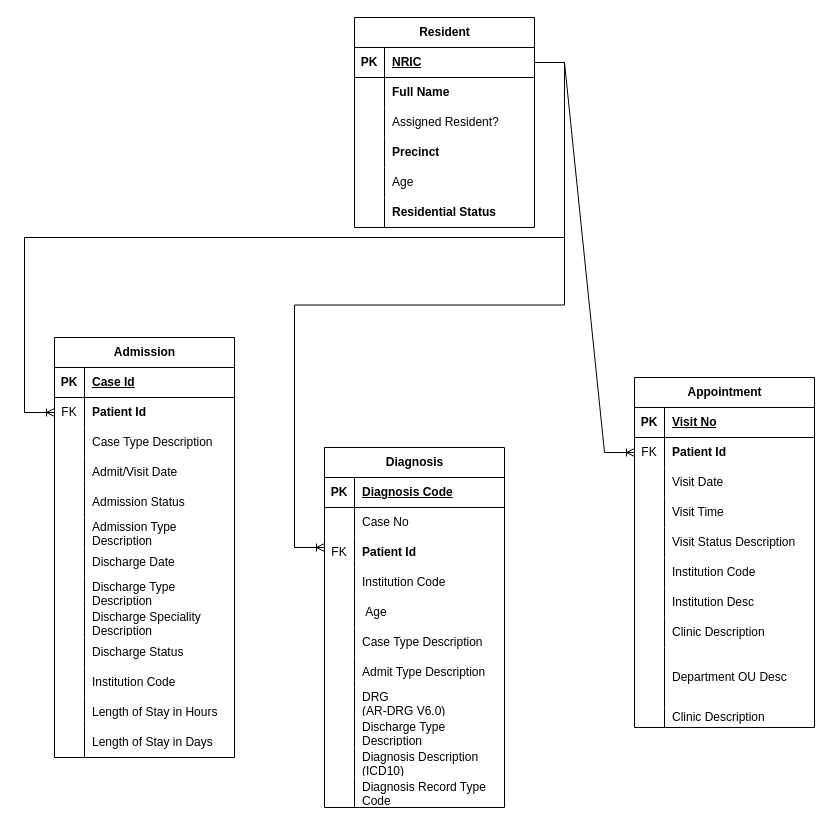
pavanmanideep/Tools keeps this draw.io diagram as Design/eHints Entity Diagram.drawio. Above is the earlier version. Source tidied: cells renumbered, new cells numbered last; positions are measured from the earlier drawing's top-left corner, leaving out a move shared by most shapes. Both pictures are drawn from the tidied source at 100%, with x=0, y=0 at pixel (54, 17).
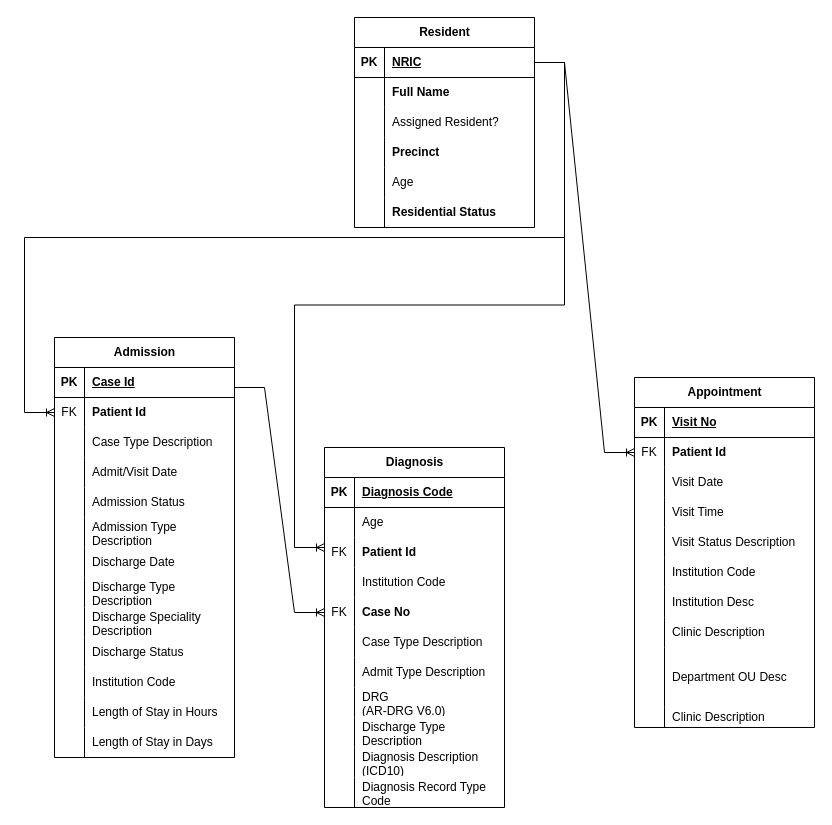
The same page after the edit.

Unchanged cells that the change refers to:
```xml
<mxCell id="96" style="shape=tableRow;horizontal=0;startSize=0;swimlaneHead=0;swimlaneBody=0;fillColor=none;top=0;left=0;right=0;bottom=0;" parent="92" vertex="1">
  <mxGeometry y="60" width="180" height="30" as="geometry" />
</mxCell>
<mxCell id="105" style="shape=tableRow;horizontal=0;startSize=0;swimlaneHead=0;swimlaneBody=0;fillColor=none;points=[[0,0.5],[1,0.5]];portConstraint=eastwest;top=0;left=0;right=0;bottom=0;" parent="92" vertex="1">
  <mxGeometry y="150" width="180" height="30" as="geometry" />
</mxCell>
```

What changed in the source:
```diff
@@
-    <mxCell id="98" value="Case No" style="shape=partialRectangle;fillColor=none;top=0;left=0;bottom=0;right=0;align=left;spacingLeft=6;overflow=hidden;whiteSpace=wrap;html=1;" parent="96" vertex="1">
+    <mxCell id="98" value="Age" style="shape=partialRectangle;fillColor=none;top=0;left=0;bottom=0;right=0;align=left;spacingLeft=6;overflow=hidden;whiteSpace=wrap;html=1;" parent="96" vertex="1">
       <mxGeometry x="30" width="150" height="30" as="geometry" />
     </mxCell>
@@
-    <mxCell id="106" style="shape=partialRectangle;fillColor=none;top=0;left=0;bottom=0;right=0;overflow=hidden;whiteSpace=wrap;html=1;" parent="105" vertex="1">
+    <mxCell id="106" value="FK" style="shape=partialRectangle;fillColor=none;top=0;left=0;bottom=0;right=0;overflow=hidden;whiteSpace=wrap;html=1;" parent="105" vertex="1">
       <mxGeometry width="30" height="30" as="geometry" />
     </mxCell>
-    <mxCell id="107" value="&amp;nbsp;Age" style="shape=partialRectangle;fillColor=none;top=0;left=0;bottom=0;right=0;align=left;spacingLeft=6;overflow=hidden;whiteSpace=wrap;html=1;" parent="105" vertex="1">
+    <mxCell id="107" value="&lt;b&gt;Case No&lt;/b&gt;" style="shape=partialRectangle;fillColor=none;top=0;left=0;bottom=0;right=0;align=left;spacingLeft=6;overflow=hidden;whiteSpace=wrap;html=1;" parent="105" vertex="1">
       <mxGeometry x="30" width="150" height="30" as="geometry" />
     </mxCell>
@@
+    <mxCell id="129" style="edgeStyle=entityRelationEdgeStyle;fontSize=12;html=1;endArrow=ERoneToMany;rounded=0;" parent="1" edge="1" target="105">
+      <mxGeometry relative="1" as="geometry">
+        <mxPoint x="180" y="370" as="sourcePoint" />
+      </mxGeometry>
+    </mxCell>
```
